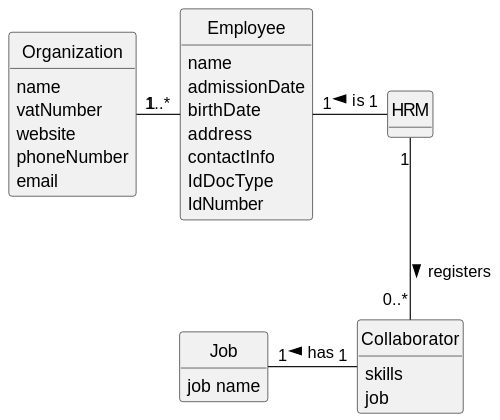
Rui-San/LAPR2_2023_2024 keeps this PlantUML diagram as docs/sprintA/us002/02.analysis/svg/us002-domain-model.svg. Above is the earlier version.
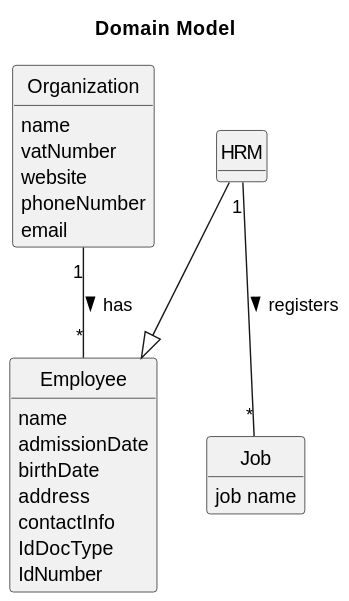
After the commit.

Commit message:
- US002: Updated Domain Model .puml and .svg

Diff of the diagram source:
```diff
@@ -6,6 +6,7 @@
 hide circle
 hide methods
 
+title Domain Model
 
 class Organization {
     name
@@ -29,17 +30,11 @@
 
 }
 
-class Collaborator{
-    skills
-    job
-}
-
 class Job{
     job name
 }
 
-Organization "1" --right "1..*" Employee
-HRM "1" --left "1" Employee : "is >"
-HRM "1" --down "0..*" Collaborator : "registers >"
-Collaborator "1" -left "1" Job : "has >"
+Organization "1" -- "*" Employee : "has >"
+HRM --|> Employee
+HRM "1" -- "*" Job : "registers >"
 @enduml
```
